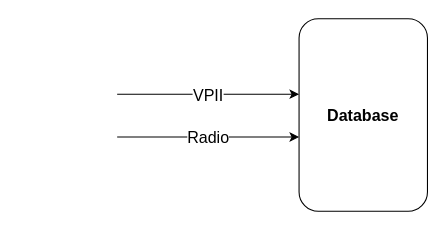
The draw.io diagram page "Acquisition Server" (4 of 4) of GNSS Datalogger Blockdiagram.drawio in torejohansson97/tightly-coupled-gnss-data-logger, before the edit. Source tidied: cells renumbered, new cells numbered last; positions are measured from the earlier drawing's top-left corner, leaving out a move shared by most shapes. Both pictures are drawn from the tidied source at 107%, with x=0, y=0 at pixel (117, 18).
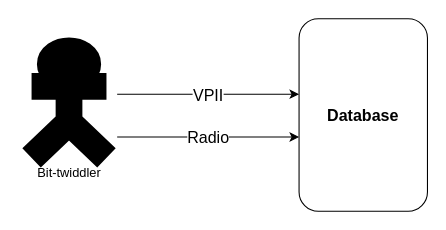
The same page after the edit.

What changed in the source:
```diff
@@
 <mxGraphModel>
   <root>
     <mxCell id="0" />
     <mxCell id="1" parent="0" />
     <mxCell id="2" value="&lt;font size=&quot;1&quot;&gt;&lt;b style=&quot;font-size: 15px;&quot;&gt;Database&lt;/b&gt;&lt;/font&gt;" style="rounded=1;whiteSpace=wrap;html=1;fontSize=9;" parent="1" vertex="1">
       <mxGeometry x="170" width="120" height="180" as="geometry" />
     </mxCell>
     <mxCell id="3" value="VPII" style="endArrow=classic;html=1;rounded=0;fontSize=15;" parent="1" edge="1">
       <mxGeometry relative="1" as="geometry">
         <mxPoint y="70.5" as="sourcePoint" />
         <mxPoint x="170" y="70.5" as="targetPoint" />
       </mxGeometry>
     </mxCell>
     <mxCell id="4" value="Radio" style="endArrow=classic;html=1;rounded=0;fontSize=15;" parent="1" edge="1">
       <mxGeometry relative="1" as="geometry">
         <mxPoint y="110.5" as="sourcePoint" />
         <mxPoint x="170" y="110.5" as="targetPoint" />
       </mxGeometry>
     </mxCell>
+    <mxCell id="5" value="Bit-twiddler" style="shape=umlActor;verticalLabelPosition=bottom;verticalAlign=top;html=1;strokeWidth=25;" parent="1" vertex="1">
+      <mxGeometry x="-80" y="30" width="70" height="100" as="geometry" />
+    </mxCell>
   </root>
 </mxGraphModel>
```
